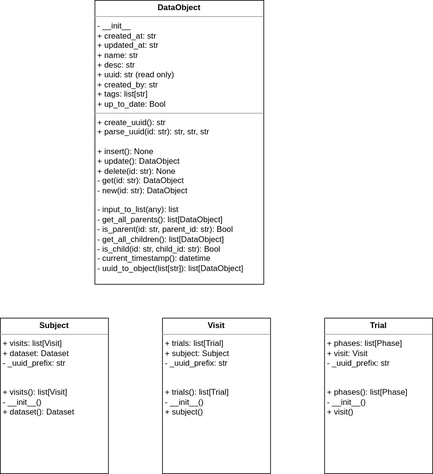
Before: uml.drawio.svg, a diagram exported from draw.io (ResearchOS/Biomech-Analysis-Platform-Python). Source tidied: cells renumbered, new cells last; positions are measured from the earlier drawing's top-left corner, leaving out a move shared by most shapes.
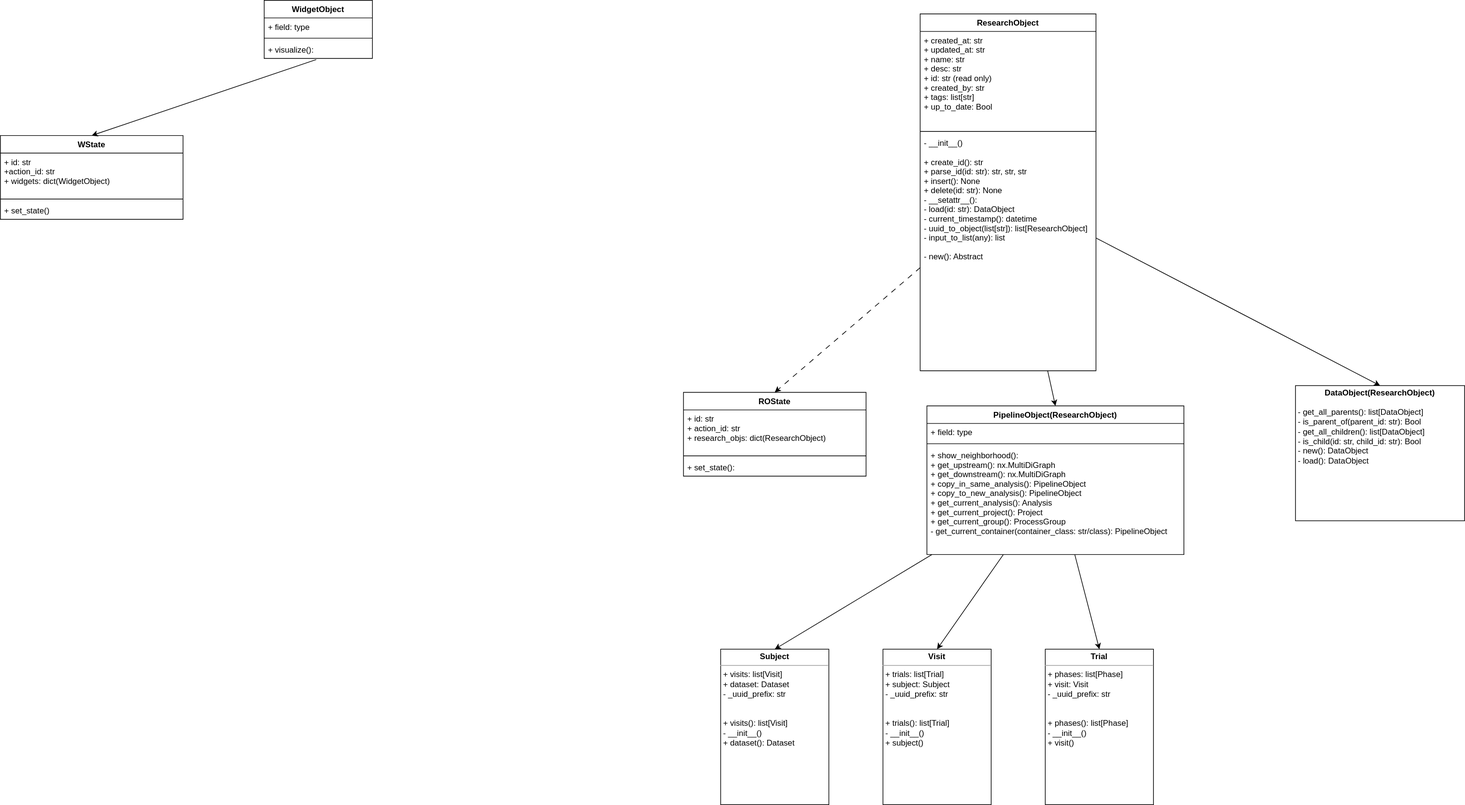
After the commit.

Diff of the diagram source:
```diff
@@ -5,8 +5,8 @@
     <mxCell id="2" value="&lt;p style=&quot;margin:0px;margin-top:4px;text-align:center;&quot;&gt;&lt;b&gt;Trial&lt;/b&gt;&lt;/p&gt;&lt;hr size=&quot;1&quot;&gt;&lt;p style=&quot;margin:0px;margin-left:4px;&quot;&gt;+ phases: list[Phase]&lt;/p&gt;&lt;p style=&quot;margin:0px;margin-left:4px;&quot;&gt;+ visit: Visit&lt;/p&gt;&lt;p style=&quot;margin:0px;margin-left:4px;&quot;&gt;- _uuid_prefix: str&lt;/p&gt;&lt;p style=&quot;margin:0px;margin-left:4px;&quot;&gt;&lt;br&gt;&lt;/p&gt;&lt;p style=&quot;margin:0px;margin-left:4px;&quot;&gt;&lt;br&gt;&lt;/p&gt;&lt;p style=&quot;margin:0px;margin-left:4px;&quot;&gt;+ phases(): list[Phase]&lt;/p&gt;&lt;p style=&quot;margin:0px;margin-left:4px;&quot;&gt;- __init__()&lt;/p&gt;&lt;p style=&quot;margin:0px;margin-left:4px;&quot;&gt;+ visit()&lt;/p&gt;" style="verticalAlign=top;align=left;overflow=fill;fontSize=12;fontFamily=Helvetica;html=1;" parent="1" vertex="1">
       <mxGeometry x="480" y="470" width="160" height="230" as="geometry" />
     </mxCell>
-    <mxCell id="3" value="&lt;p style=&quot;margin:0px;margin-top:4px;text-align:center;&quot;&gt;&lt;b&gt;DataObject&lt;/b&gt;&lt;/p&gt;&lt;hr size=&quot;1&quot;&gt;&lt;p style=&quot;margin:0px;margin-left:4px;&quot;&gt;- __init__&lt;/p&gt;&lt;p style=&quot;margin:0px;margin-left:4px;&quot;&gt;+ created_at: str&lt;/p&gt;&lt;p style=&quot;margin:0px;margin-left:4px;&quot;&gt;+ updated_at: str&lt;/p&gt;&lt;p style=&quot;margin:0px;margin-left:4px;&quot;&gt;+ name: str&lt;/p&gt;&lt;p style=&quot;margin:0px;margin-left:4px;&quot;&gt;+ desc: str&lt;/p&gt;&lt;p style=&quot;margin:0px;margin-left:4px;&quot;&gt;+ uuid: str (read only)&lt;/p&gt;&lt;p style=&quot;margin:0px;margin-left:4px;&quot;&gt;+ created_by: str&lt;/p&gt;&lt;p style=&quot;margin:0px;margin-left:4px;&quot;&gt;+ tags: list[str]&lt;/p&gt;&lt;p style=&quot;margin:0px;margin-left:4px;&quot;&gt;+ up_to_date: Bool&lt;/p&gt;&lt;hr size=&quot;1&quot;&gt;&lt;p style=&quot;margin:0px;margin-left:4px;&quot;&gt;+ create_uuid(): str&lt;/p&gt;&lt;p style=&quot;margin:0px;margin-left:4px;&quot;&gt;+ parse_uuid(id: str): str, str, str&lt;/p&gt;&lt;p style=&quot;margin:0px;margin-left:4px;&quot;&gt;&lt;br&gt;&lt;/p&gt;&lt;p style=&quot;margin:0px;margin-left:4px;&quot;&gt;+ insert(): None&lt;/p&gt;&lt;p style=&quot;margin:0px;margin-left:4px;&quot;&gt;+ update(): DataObject&lt;/p&gt;&lt;p style=&quot;margin:0px;margin-left:4px;&quot;&gt;+ delete(id: str): None&lt;/p&gt;&lt;p style=&quot;margin: 0px 0px 0px 4px;&quot;&gt;- get(id: str): DataObject&lt;/p&gt;&lt;p style=&quot;margin: 0px 0px 0px 4px;&quot;&gt;- new(id: str): DataObject&lt;/p&gt;&lt;p style=&quot;margin:0px;margin-left:4px;&quot;&gt;&lt;br&gt;&lt;/p&gt;&lt;p style=&quot;margin:0px;margin-left:4px;&quot;&gt;- input_to_list(any): list&lt;br&gt;&lt;/p&gt;&lt;p style=&quot;margin:0px;margin-left:4px;&quot;&gt;- get_all_parents(): list[DataObject]&lt;/p&gt;&lt;p style=&quot;margin:0px;margin-left:4px;&quot;&gt;- is_parent(id: str, parent_id: str): Bool&lt;/p&gt;&lt;p style=&quot;margin:0px;margin-left:4px;&quot;&gt;- get_all_children(): list[DataObject]&lt;/p&gt;&lt;p style=&quot;margin:0px;margin-left:4px;&quot;&gt;- is_child(id: str, child_id: str): Bool&lt;/p&gt;&lt;p style=&quot;margin:0px;margin-left:4px;&quot;&gt;- current_timestamp(): datetime&lt;/p&gt;&lt;p style=&quot;margin:0px;margin-left:4px;&quot;&gt;- uuid_to_object(list[str]): list[DataObject]&lt;/p&gt;" style="verticalAlign=top;align=left;overflow=fill;fontSize=12;fontFamily=Helvetica;html=1;" parent="1" vertex="1">
-      <mxGeometry x="140" width="250" height="420" as="geometry" />
+    <mxCell id="3" value="&lt;p style=&quot;margin:0px;margin-top:4px;text-align:center;&quot;&gt;&lt;b&gt;DataObject(ResearchObject)&lt;/b&gt;&lt;/p&gt;&lt;p style=&quot;margin:0px;margin-left:4px;&quot;&gt;&lt;br&gt;&lt;/p&gt;&lt;p style=&quot;margin:0px;margin-left:4px;&quot;&gt;- get_all_parents(): list[DataObject]&lt;/p&gt;&lt;p style=&quot;margin:0px;margin-left:4px;&quot;&gt;- is_parent_of(parent_id: str): Bool&lt;/p&gt;&lt;p style=&quot;margin:0px;margin-left:4px;&quot;&gt;- get_all_children(): list[DataObject]&lt;/p&gt;&lt;p style=&quot;margin:0px;margin-left:4px;&quot;&gt;- is_child(id: str, child_id: str): Bool&lt;/p&gt;&lt;p style=&quot;margin:0px;margin-left:4px;&quot;&gt;- new(): DataObject&lt;br&gt;&lt;/p&gt;&lt;p style=&quot;margin:0px;margin-left:4px;&quot;&gt;- load(): DataObject&lt;/p&gt;" style="verticalAlign=top;align=left;overflow=fill;fontSize=12;fontFamily=Helvetica;html=1;" parent="1" vertex="1">
+      <mxGeometry x="850" y="80" width="250" height="200" as="geometry" />
     </mxCell>
     <mxCell id="4" value="&lt;p style=&quot;margin:0px;margin-top:4px;text-align:center;&quot;&gt;&lt;b&gt;Subject&lt;/b&gt;&lt;/p&gt;&lt;hr size=&quot;1&quot;&gt;&lt;p style=&quot;margin:0px;margin-left:4px;&quot;&gt;+ visits: list[Visit]&lt;/p&gt;&lt;p style=&quot;margin:0px;margin-left:4px;&quot;&gt;+ dataset: Dataset&lt;/p&gt;&lt;p style=&quot;margin:0px;margin-left:4px;&quot;&gt;- _uuid_prefix: str&lt;/p&gt;&lt;p style=&quot;margin:0px;margin-left:4px;&quot;&gt;&lt;br&gt;&lt;/p&gt;&lt;p style=&quot;margin:0px;margin-left:4px;&quot;&gt;&lt;br&gt;&lt;/p&gt;&lt;p style=&quot;margin:0px;margin-left:4px;&quot;&gt;+ visits(): list[Visit]&lt;/p&gt;&lt;p style=&quot;margin:0px;margin-left:4px;&quot;&gt;- __init__()&lt;/p&gt;&lt;p style=&quot;margin:0px;margin-left:4px;&quot;&gt;+ dataset(): Dataset&lt;/p&gt;" style="verticalAlign=top;align=left;overflow=fill;fontSize=12;fontFamily=Helvetica;html=1;" parent="1" vertex="1">
       <mxGeometry y="470" width="160" height="230" as="geometry" />
@@ -14,5 +14,86 @@
     <mxCell id="5" value="&lt;p style=&quot;margin:0px;margin-top:4px;text-align:center;&quot;&gt;&lt;b&gt;Visit&lt;/b&gt;&lt;/p&gt;&lt;hr size=&quot;1&quot;&gt;&lt;p style=&quot;margin:0px;margin-left:4px;&quot;&gt;+ trials: list[Trial]&lt;/p&gt;&lt;p style=&quot;margin:0px;margin-left:4px;&quot;&gt;+ subject: Subject&lt;/p&gt;&lt;p style=&quot;margin:0px;margin-left:4px;&quot;&gt;- _uuid_prefix: str&lt;/p&gt;&lt;p style=&quot;margin:0px;margin-left:4px;&quot;&gt;&lt;br&gt;&lt;/p&gt;&lt;p style=&quot;margin:0px;margin-left:4px;&quot;&gt;&lt;br&gt;&lt;/p&gt;&lt;p style=&quot;margin:0px;margin-left:4px;&quot;&gt;+ trials(): list[Trial]&lt;/p&gt;&lt;p style=&quot;margin:0px;margin-left:4px;&quot;&gt;- __init__()&lt;/p&gt;&lt;p style=&quot;margin:0px;margin-left:4px;&quot;&gt;+ subject()&lt;/p&gt;" style="verticalAlign=top;align=left;overflow=fill;fontSize=12;fontFamily=Helvetica;html=1;" parent="1" vertex="1">
       <mxGeometry x="240" y="470" width="160" height="230" as="geometry" />
     </mxCell>
+    <mxCell id="6" style="edgeStyle=none;html=1;entryX=0.5;entryY=0;entryDx=0;entryDy=0;" parent="1" edge="1" source="9" target="16">
+      <mxGeometry relative="1" as="geometry" />
+    </mxCell>
+    <mxCell id="7" style="edgeStyle=none;html=1;entryX=0.5;entryY=0;entryDx=0;entryDy=0;" parent="1" edge="1" source="9" target="3">
+      <mxGeometry relative="1" as="geometry" />
+    </mxCell>
+    <mxCell id="8" style="edgeStyle=none;html=1;entryX=0.5;entryY=0;entryDx=0;entryDy=0;dashed=1;dashPattern=8 8;" parent="1" edge="1" source="9" target="20">
+      <mxGeometry relative="1" as="geometry" />
+    </mxCell>
+    <mxCell id="9" value="ResearchObject" style="swimlane;fontStyle=1;align=center;verticalAlign=top;horizontal=1;startSize=26;" parent="1" vertex="1">
+      <mxGeometry x="295" y="-470" width="260" height="528" as="geometry" />
+    </mxCell>
+    <mxCell id="10" value="+ created_at: str&#10;+ updated_at: str&#10;+ name: str&#10;+ desc: str&#10;+ id: str (read only)&#10;+ created_by: str&#10;+ tags: list[str]&#10;+ up_to_date: Bool" style="text;strokeColor=none;fillColor=none;align=left;verticalAlign=top;spacingLeft=4;spacingRight=4;overflow=hidden;" parent="9" vertex="1">
+      <mxGeometry y="26" width="260" height="144" as="geometry" />
+    </mxCell>
+    <mxCell id="11" style="line;strokeWidth=1;fillColor=none;align=left;verticalAlign=middle;spacingTop=-1;spacingLeft=3;spacingRight=3;labelPosition=right;strokeColor=inherit;" parent="9" vertex="1">
+      <mxGeometry y="170" width="260" height="8" as="geometry" />
+    </mxCell>
+    <mxCell id="12" value="- __init__()&#10;&#10;+ create_id(): str&#10;+ parse_id(id: str): str, str, str&#10;+ insert(): None&#10;+ delete(id: str): None&#10;- __setattr__():&#10;- load(id: str): DataObject&#10;- current_timestamp(): datetime&#10;- uuid_to_object(list[str]): list[ResearchObject]&#10;- input_to_list(any): list&#10;&#10;- new(): Abstract" style="text;strokeColor=none;fillColor=none;align=left;verticalAlign=top;spacingLeft=4;spacingRight=4;overflow=hidden;" parent="9" vertex="1">
+      <mxGeometry y="178" width="260" height="350" as="geometry" />
+    </mxCell>
+    <mxCell id="13" style="edgeStyle=none;html=1;entryX=0.5;entryY=0;entryDx=0;entryDy=0;" parent="1" edge="1" source="16" target="4">
+      <mxGeometry relative="1" as="geometry" />
+    </mxCell>
+    <mxCell id="14" style="edgeStyle=none;html=1;entryX=0.5;entryY=0;entryDx=0;entryDy=0;" parent="1" edge="1" source="16" target="5">
+      <mxGeometry relative="1" as="geometry" />
+    </mxCell>
+    <mxCell id="15" style="edgeStyle=none;html=1;entryX=0.5;entryY=0;entryDx=0;entryDy=0;" parent="1" edge="1" source="16" target="2">
+      <mxGeometry relative="1" as="geometry" />
+    </mxCell>
+    <mxCell id="16" value="PipelineObject(ResearchObject)" style="swimlane;fontStyle=1;align=center;verticalAlign=top;horizontal=1;startSize=26;" parent="1" vertex="1">
+      <mxGeometry x="305" y="110" width="380" height="220" as="geometry" />
+    </mxCell>
+    <mxCell id="17" value="+ field: type" style="text;strokeColor=none;fillColor=none;align=left;verticalAlign=top;spacingLeft=4;spacingRight=4;overflow=hidden;" parent="16" vertex="1">
+      <mxGeometry y="26" width="380" height="26" as="geometry" />
+    </mxCell>
+    <mxCell id="18" style="line;strokeWidth=1;fillColor=none;align=left;verticalAlign=middle;spacingTop=-1;spacingLeft=3;spacingRight=3;labelPosition=right;strokeColor=inherit;" parent="16" vertex="1">
+      <mxGeometry y="52" width="380" height="8" as="geometry" />
+    </mxCell>
+    <mxCell id="19" value="+ show_neighborhood():&#10;+ get_upstream(): nx.MultiDiGraph&#10;+ get_downstream(): nx.MultiDiGraph&#10;+ copy_in_same_analysis(): PipelineObject&#10;+ copy_to_new_analysis(): PipelineObject&#10;+ get_current_analysis(): Analysis&#10;+ get_current_project(): Project&#10;+ get_current_group(): ProcessGroup&#10;- get_current_container(container_class: str/class): PipelineObject" style="text;strokeColor=none;fillColor=none;align=left;verticalAlign=top;spacingLeft=4;spacingRight=4;overflow=hidden;" parent="16" vertex="1">
+      <mxGeometry y="60" width="380" height="160" as="geometry" />
+    </mxCell>
+    <mxCell id="20" value="ROState" style="swimlane;fontStyle=1;align=center;verticalAlign=top;horizontal=1;startSize=26;" parent="1" vertex="1">
+      <mxGeometry x="-55" y="90" width="270" height="124" as="geometry" />
+    </mxCell>
+    <mxCell id="21" value="+ id: str&#10;+ action_id: str&#10;+ research_objs: dict(ResearchObject)" style="text;strokeColor=none;fillColor=none;align=left;verticalAlign=top;spacingLeft=4;spacingRight=4;overflow=hidden;" parent="20" vertex="1">
+      <mxGeometry y="26" width="270" height="64" as="geometry" />
+    </mxCell>
+    <mxCell id="22" style="line;strokeWidth=1;fillColor=none;align=left;verticalAlign=middle;spacingTop=-1;spacingLeft=3;spacingRight=3;labelPosition=right;strokeColor=inherit;" parent="20" vertex="1">
+      <mxGeometry y="90" width="270" height="8" as="geometry" />
+    </mxCell>
+    <mxCell id="23" value="+ set_state():" style="text;strokeColor=none;fillColor=none;align=left;verticalAlign=top;spacingLeft=4;spacingRight=4;overflow=hidden;" parent="20" vertex="1">
+      <mxGeometry y="98" width="270" height="26" as="geometry" />
+    </mxCell>
+    <mxCell id="24" value="WState" style="swimlane;fontStyle=1;align=center;verticalAlign=top;horizontal=1;startSize=26;" parent="1" vertex="1">
+      <mxGeometry x="-1065" y="-290" width="270" height="124" as="geometry" />
+    </mxCell>
+    <mxCell id="25" value="+ id: str&#10;+action_id: str&#10;+ widgets: dict(WidgetObject)" style="text;strokeColor=none;fillColor=none;align=left;verticalAlign=top;spacingLeft=4;spacingRight=4;overflow=hidden;" parent="24" vertex="1">
+      <mxGeometry y="26" width="270" height="64" as="geometry" />
+    </mxCell>
+    <mxCell id="26" style="line;strokeWidth=1;fillColor=none;align=left;verticalAlign=middle;spacingTop=-1;spacingLeft=3;spacingRight=3;labelPosition=right;strokeColor=inherit;" parent="24" vertex="1">
+      <mxGeometry y="90" width="270" height="8" as="geometry" />
+    </mxCell>
+    <mxCell id="27" value="+ set_state()" style="text;strokeColor=none;fillColor=none;align=left;verticalAlign=top;spacingLeft=4;spacingRight=4;overflow=hidden;" parent="24" vertex="1">
+      <mxGeometry y="98" width="270" height="26" as="geometry" />
+    </mxCell>
+    <mxCell id="28" style="edgeStyle=none;html=1;entryX=0.5;entryY=0;entryDx=0;entryDy=0;exitX=0.481;exitY=1.064;exitDx=0;exitDy=0;exitPerimeter=0;" parent="1" edge="1" source="32" target="24">
+      <mxGeometry relative="1" as="geometry" />
+    </mxCell>
+    <mxCell id="29" value="WidgetObject" style="swimlane;fontStyle=1;align=center;verticalAlign=top;horizontal=1;startSize=26;" parent="1" vertex="1">
+      <mxGeometry x="-675" y="-490" width="160" height="86" as="geometry" />
+    </mxCell>
+    <mxCell id="30" value="+ field: type" style="text;strokeColor=none;fillColor=none;align=left;verticalAlign=top;spacingLeft=4;spacingRight=4;overflow=hidden;" parent="29" vertex="1">
+      <mxGeometry y="26" width="160" height="26" as="geometry" />
+    </mxCell>
+    <mxCell id="31" style="line;strokeWidth=1;fillColor=none;align=left;verticalAlign=middle;spacingTop=-1;spacingLeft=3;spacingRight=3;labelPosition=right;strokeColor=inherit;" parent="29" vertex="1">
+      <mxGeometry y="52" width="160" height="8" as="geometry" />
+    </mxCell>
+    <mxCell id="32" value="+ visualize():" style="text;strokeColor=none;fillColor=none;align=left;verticalAlign=top;spacingLeft=4;spacingRight=4;overflow=hidden;points=[[0,0.5],[1,0.5]];portConstraint=eastwest;" parent="29" vertex="1">
+      <mxGeometry y="60" width="160" height="26" as="geometry" />
+    </mxCell>
   </root>
 </mxGraphModel>
```
